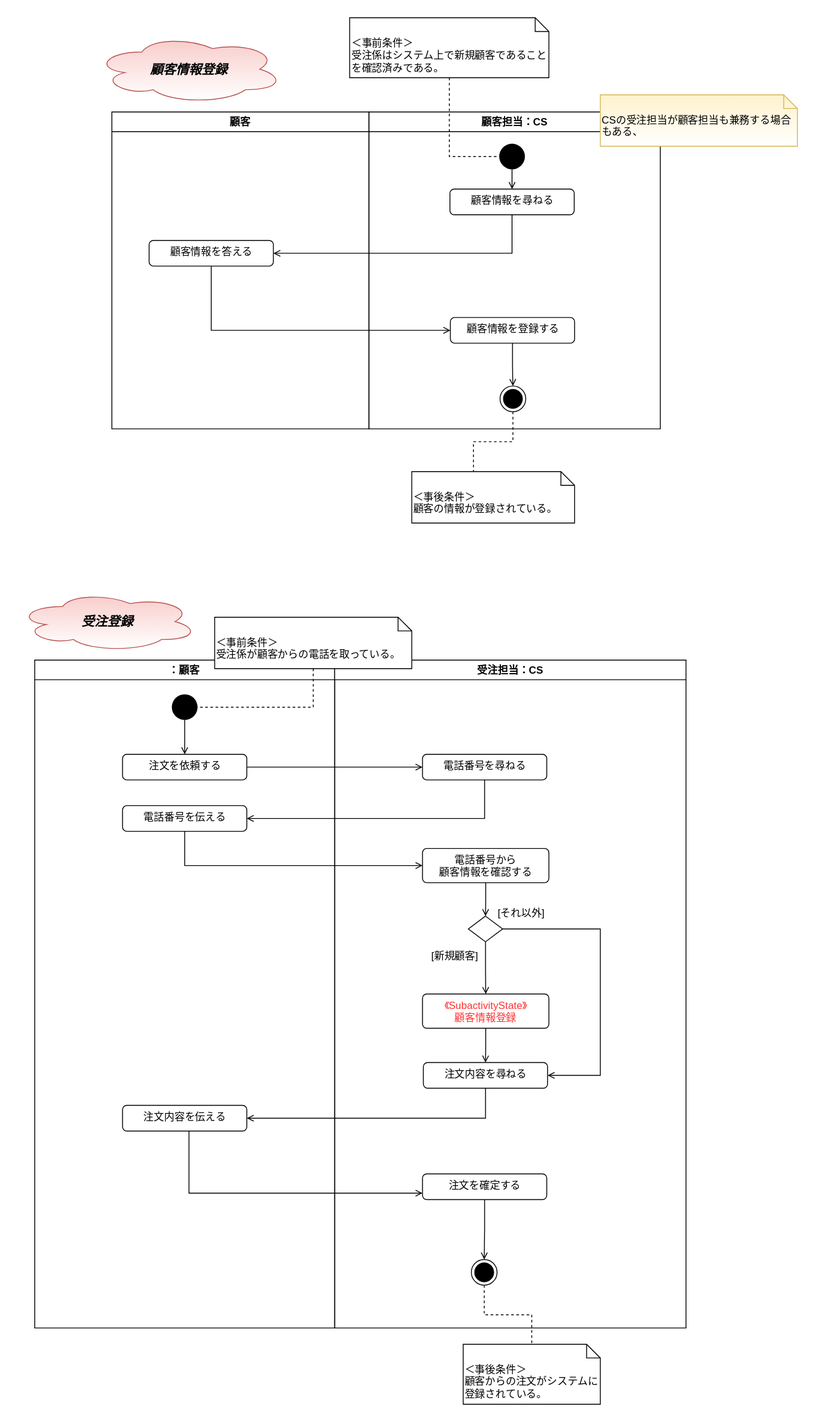
pochon-tech-pro/total-practice keeps this draw.io diagram as docs/業務分析/アクティビティ図.svg. Above is the earlier version. Source tidied: cells renumbered, new cells last; positions are measured from the earlier drawing's top-left corner, leaving out a move shared by most shapes.
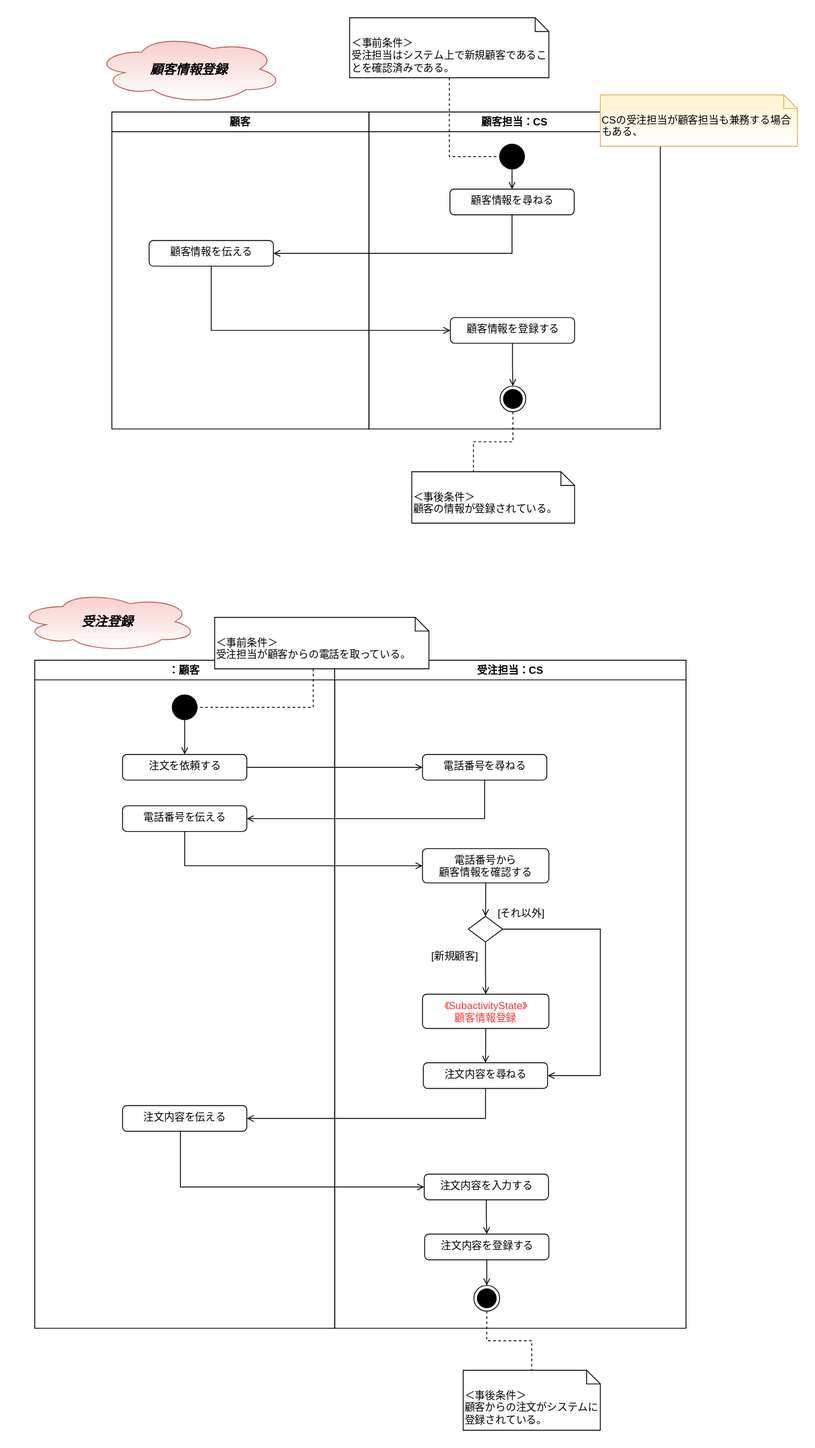
The same diagram one commit later.

Commit message:
feat: 業務分析修正

Change to the diagram source:
```diff
@@ -61,9 +61,15 @@
     <mxCell id="19" value="《SubactivityState》&lt;br&gt;顧客情報登録" style="html=1;align=center;verticalAlign=top;rounded=1;absoluteArcSize=1;arcSize=10;dashed=0;fontColor=#FF3333;" parent="8" vertex="1">
       <mxGeometry x="102.5" y="390" width="147.5" height="40" as="geometry" />
     </mxCell>
+    <mxCell id="51" style="edgeStyle=orthogonalEdgeStyle;rounded=0;jettySize=auto;html=1;entryX=0.5;entryY=0;entryDx=0;entryDy=0;endArrow=open;endFill=0;" parent="8" edge="1" source="20" target="52">
+      <mxGeometry relative="1" as="geometry" />
+    </mxCell>
-    <mxCell id="20" value="注文を確定する" style="html=1;align=center;verticalAlign=top;rounded=1;absoluteArcSize=1;arcSize=10;dashed=0;" parent="8" vertex="1">
-      <mxGeometry x="102.5" y="600" width="145" height="30" as="geometry" />
+    <mxCell id="20" value="注文内容を入力する" style="html=1;align=center;verticalAlign=top;rounded=1;absoluteArcSize=1;arcSize=10;dashed=0;" parent="8" vertex="1">
+      <mxGeometry x="104.5" y="600" width="145" height="30" as="geometry" />
     </mxCell>
+    <mxCell id="52" value="注文内容を登録する" style="html=1;align=center;verticalAlign=top;rounded=1;absoluteArcSize=1;arcSize=10;dashed=0;" parent="8" vertex="1">
+      <mxGeometry x="105" y="670" width="145" height="30" as="geometry" />
+    </mxCell>
     <mxCell id="21" style="edgeStyle=orthogonalEdgeStyle;rounded=0;jettySize=auto;html=1;entryX=0;entryY=0.5;entryDx=0;entryDy=0;endArrow=none;endFill=0;dashed=1;" parent="1" edge="1" source="22" target="4">
       <mxGeometry relative="1" as="geometry">
         <Array as="points">
@@ -71,8 +77,8 @@
         </Array>
       </mxGeometry>
     </mxCell>
-    <mxCell id="22" value="＜事前条件＞&lt;br&gt;受注係が顧客からの電話を取っている。" style="shape=note2;boundedLbl=1;whiteSpace=wrap;html=1;size=16;verticalAlign=top;align=left;fillColor=default;" parent="1" vertex="1">
-      <mxGeometry x="230" y="700" width="230" height="60" as="geometry" />
+    <mxCell id="22" value="＜事前条件＞&lt;br&gt;受注担当が顧客からの電話を取っている。" style="shape=note2;boundedLbl=1;whiteSpace=wrap;html=1;size=16;verticalAlign=top;align=left;fillColor=default;" parent="1" vertex="1">
+      <mxGeometry x="230" y="700" width="250" height="60" as="geometry" />
     </mxCell>
     <mxCell id="23" style="edgeStyle=orthogonalEdgeStyle;rounded=0;jettySize=auto;html=1;entryX=0;entryY=0.5;entryDx=0;entryDy=0;endArrow=open;endFill=0;" parent="1" edge="1" source="5" target="9">
       <mxGeometry relative="1" as="geometry" />
@@ -98,7 +104,7 @@
         </Array>
       </mxGeometry>
     </mxCell>
-    <mxCell id="27" value="顧客情報を答える" style="html=1;align=center;verticalAlign=top;rounded=1;absoluteArcSize=1;arcSize=10;dashed=0;" parent="1" vertex="1">
+    <mxCell id="27" value="顧客情報を伝える" style="html=1;align=center;verticalAlign=top;rounded=1;absoluteArcSize=1;arcSize=10;dashed=0;" parent="1" vertex="1">
       <mxGeometry x="153.5" y="260" width="145" height="30" as="geometry" />
     </mxCell>
     <mxCell id="28" style="edgeStyle=orthogonalEdgeStyle;rounded=0;jettySize=auto;html=1;entryX=1;entryY=0.5;entryDx=0;entryDy=0;endArrow=open;endFill=0;" parent="1" edge="1" source="29" target="27">
@@ -135,7 +141,7 @@
     <mxCell id="36" style="edgeStyle=orthogonalEdgeStyle;rounded=0;jettySize=auto;html=1;entryX=0;entryY=0.5;entryDx=0;entryDy=0;endArrow=none;endFill=0;dashed=1;" parent="34" edge="1" source="37" target="35">
       <mxGeometry relative="1" as="geometry" />
     </mxCell>
-    <mxCell id="37" value="＜事前条件＞&lt;br&gt;受注係はシステム上で新規顧客であることを確認済みである。" style="shape=note2;boundedLbl=1;whiteSpace=wrap;html=1;size=16;verticalAlign=top;align=left;fillColor=default;" parent="34" vertex="1">
+    <mxCell id="37" value="＜事前条件＞&lt;br&gt;受注担当はシステム上で新規顧客であることを確認済みである。" style="shape=note2;boundedLbl=1;whiteSpace=wrap;html=1;size=16;verticalAlign=top;align=left;fillColor=default;" parent="34" vertex="1">
       <mxGeometry x="-22.5" y="-110" width="232.5" height="70" as="geometry" />
     </mxCell>
     <mxCell id="38" style="ellipse;html=1;shape=endState;fillColor=#000000;strokeColor=#000000;" parent="34" vertex="1">
@@ -166,24 +172,24 @@
         </Array>
       </mxGeometry>
     </mxCell>
-    <mxCell id="46" style="edgeStyle=orthogonalEdgeStyle;rounded=0;jettySize=auto;html=1;entryX=0;entryY=0.75;entryDx=0;entryDy=0;endArrow=open;endFill=0;" parent="1" edge="1" source="7" target="20">
-      <mxGeometry relative="1" as="geometry">
-        <Array as="points">
-          <mxPoint x="200" y="1373" />
-        </Array>
-      </mxGeometry>
-    </mxCell>
     <mxCell id="47" style="ellipse;html=1;shape=endState;fillColor=#000000;strokeColor=#000000;" parent="1" vertex="1">
-      <mxGeometry x="529.5" y="1450" width="30" height="30" as="geometry" />
+      <mxGeometry x="532.5" y="1480" width="30" height="30" as="geometry" />
     </mxCell>
     <mxCell id="48" value="＜事後条件＞&lt;br&gt;顧客からの注文がシステムに登録されている。" style="shape=note2;boundedLbl=1;whiteSpace=wrap;html=1;size=16;verticalAlign=top;align=left;fillColor=default;" parent="1" vertex="1">
-      <mxGeometry x="520" y="1549" width="160" height="70" as="geometry" />
+      <mxGeometry x="520" y="1579" width="160" height="70" as="geometry" />
     </mxCell>
     <mxCell id="49" style="edgeStyle=orthogonalEdgeStyle;rounded=0;jettySize=auto;html=1;endArrow=none;endFill=0;dashed=1;" parent="1" edge="1" source="47" target="48">
       <mxGeometry relative="1" as="geometry" />
     </mxCell>
-    <mxCell id="50" style="edgeStyle=orthogonalEdgeStyle;rounded=0;jettySize=auto;html=1;entryX=0.5;entryY=0;entryDx=0;entryDy=0;endArrow=open;endFill=0;" parent="1" edge="1" source="20" target="47">
-      <mxGeometry relative="1" as="geometry" />
-    </mxCell>
+    <mxCell id="53" style="edgeStyle=orthogonalEdgeStyle;rounded=0;jettySize=auto;html=1;endArrow=open;endFill=0;" parent="1" edge="1" source="52" target="47">
+      <mxGeometry relative="1" as="geometry" />
+    </mxCell>
+    <mxCell id="46" style="edgeStyle=orthogonalEdgeStyle;rounded=0;jettySize=auto;html=1;entryX=0;entryY=0.5;entryDx=0;entryDy=0;endArrow=open;endFill=0;" parent="1" edge="1" source="7" target="20">
+      <mxGeometry relative="1" as="geometry">
+        <Array as="points">
+          <mxPoint x="190" y="1365" />
+        </Array>
+      </mxGeometry>
+    </mxCell>
   </root>
 </mxGraphModel>
```
